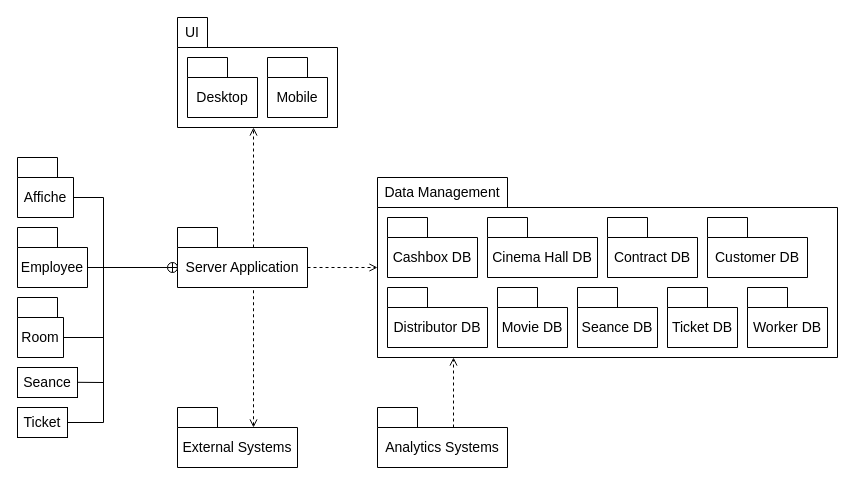
Before: Диаграмма_пакетов.drawio in ANDaniell/-design-practice, a draw.io diagram. Source tidied: cells renumbered, new cells numbered last; positions are measured from the earlier drawing's top-left corner, leaving out a move shared by most shapes. Both pictures are drawn from the tidied source at 100%, with x=0, y=0 at pixel (17, 17).
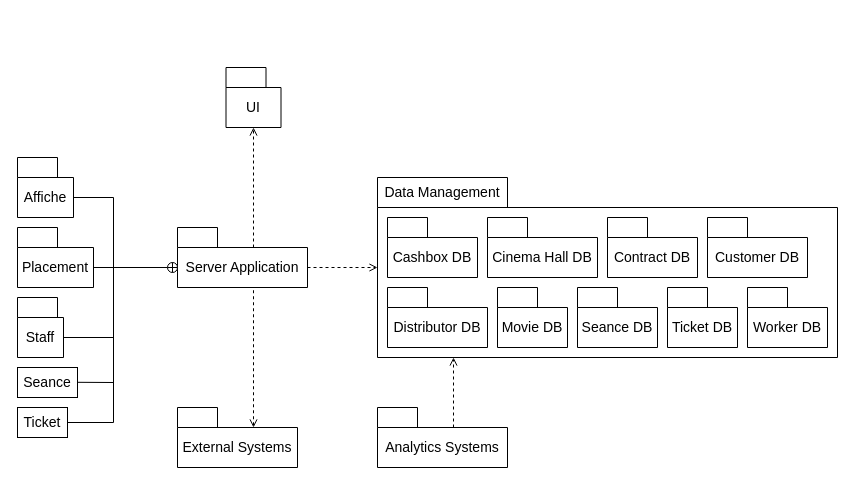
Above is the later version.

The change refers to these unchanged cells:
```xml
<mxCell id="46" style="verticalLabelPosition=bottom;verticalAlign=top;html=1;shape=mxgraph.flowchart.summing_function;" parent="1" vertex="1">
  <mxGeometry x="150" y="245" width="10" height="10" as="geometry" />
</mxCell>
```

Diff of the diagram source:
```diff
@@
-    <mxCell id="2" style="shape=folder;fontStyle=1;spacingTop=10;tabWidth=30;tabHeight=30;tabPosition=left;html=1;whiteSpace=wrap;labelPosition=center;verticalLabelPosition=middle;align=center;verticalAlign=middle;" parent="1" vertex="1">
-      <mxGeometry x="160" width="160" height="110" as="geometry" />
+    <mxCell id="2" style="shape=folder;fontStyle=1;spacingTop=10;tabWidth=40;tabHeight=20;tabPosition=left;html=1;whiteSpace=wrap;labelPosition=center;verticalLabelPosition=middle;align=center;verticalAlign=middle;" parent="1" vertex="1">
+      <mxGeometry x="208.5" y="50" width="55" height="60" as="geometry" />
     </mxCell>
     <mxCell id="3" value="UI&#10;" style="text;strokeColor=none;fillColor=none;align=center;verticalAlign=top;spacingLeft=4;spacingRight=4;overflow=hidden;fontSize=14;fontStyle=0;horizontal=1;" parent="1" vertex="1">
-      <mxGeometry x="160" width="30" height="30" as="geometry" />
+      <mxGeometry x="208.5" y="75" width="55" height="25" as="geometry" />
     </mxCell>
-    <mxCell id="4" style="shape=folder;fontStyle=1;spacingTop=10;tabWidth=40;tabHeight=20;tabPosition=left;html=1;whiteSpace=wrap;labelPosition=center;verticalLabelPosition=middle;align=center;verticalAlign=middle;" parent="1" vertex="1">
-      <mxGeometry x="170" y="40" width="70" height="60" as="geometry" />
-    </mxCell>
-    <mxCell id="5" value="Desktop" style="text;strokeColor=none;fillColor=none;align=center;verticalAlign=top;spacingLeft=4;spacingRight=4;overflow=hidden;fontSize=14;fontStyle=0;horizontal=1;" parent="1" vertex="1">
-      <mxGeometry x="170" y="65" width="70" height="25" as="geometry" />
-    </mxCell>
-    <mxCell id="6" style="shape=folder;fontStyle=1;spacingTop=10;tabWidth=40;tabHeight=20;tabPosition=left;html=1;whiteSpace=wrap;labelPosition=center;verticalLabelPosition=middle;align=center;verticalAlign=middle;" parent="1" vertex="1">
-      <mxGeometry x="250" y="40" width="60" height="60" as="geometry" />
-    </mxCell>
-    <mxCell id="7" value="Mobile" style="text;strokeColor=none;fillColor=none;align=center;verticalAlign=top;spacingLeft=4;spacingRight=4;overflow=hidden;fontSize=14;fontStyle=0;horizontal=1;" parent="1" vertex="1">
-      <mxGeometry x="250" y="65" width="60" height="25" as="geometry" />
-    </mxCell>
@@
     <mxCell id="18" style="shape=folder;fontStyle=1;spacingTop=10;tabWidth=40;tabHeight=20;tabPosition=left;html=1;whiteSpace=wrap;labelPosition=center;verticalLabelPosition=middle;align=center;verticalAlign=middle;" parent="1" vertex="1">
-      <mxGeometry y="280" width="46" height="60" as="geometry" />
+      <mxGeometry y="210" width="76" height="60" as="geometry" />
     </mxCell>
-    <mxCell id="19" value="Room" style="text;strokeColor=none;fillColor=none;align=center;verticalAlign=top;spacingLeft=4;spacingRight=4;overflow=hidden;fontSize=14;fontStyle=0;horizontal=1;" parent="1" vertex="1">
-      <mxGeometry y="305" width="46" height="25" as="geometry" />
+    <mxCell id="19" value="Placement" style="text;strokeColor=none;fillColor=none;align=center;verticalAlign=top;spacingLeft=4;spacingRight=4;overflow=hidden;fontSize=14;fontStyle=0;horizontal=1;" parent="1" vertex="1">
+      <mxGeometry y="235" width="76" height="25" as="geometry" />
     </mxCell>
@@
     <mxCell id="40" style="shape=folder;fontStyle=1;spacingTop=10;tabWidth=40;tabHeight=20;tabPosition=left;html=1;whiteSpace=wrap;labelPosition=center;verticalLabelPosition=middle;align=center;verticalAlign=middle;" parent="1" vertex="1">
-      <mxGeometry y="210" width="70" height="60" as="geometry" />
+      <mxGeometry y="280" width="46" height="60" as="geometry" />
     </mxCell>
-    <mxCell id="41" value="Employee" style="text;strokeColor=none;fillColor=none;align=center;verticalAlign=top;spacingLeft=4;spacingRight=4;overflow=hidden;fontSize=14;fontStyle=0;horizontal=1;" parent="1" vertex="1">
-      <mxGeometry y="235" width="70" height="25" as="geometry" />
+    <mxCell id="41" value="Staff" style="text;strokeColor=none;fillColor=none;align=center;verticalAlign=top;spacingLeft=4;spacingRight=4;overflow=hidden;fontSize=14;fontStyle=0;horizontal=1;" parent="1" vertex="1">
+      <mxGeometry y="305" width="46" height="25" as="geometry" />
     </mxCell>
@@
     <mxCell id="47" style="endArrow=none;html=1;rounded=0;exitX=0;exitY=0.5;exitDx=0;exitDy=0;exitPerimeter=0;" parent="1" edge="1" source="46">
       <mxGeometry relative="1" as="geometry">
-        <mxPoint x="70" y="250" as="targetPoint" />
+        <mxPoint x="76" y="250" as="targetPoint" />
       </mxGeometry>
     </mxCell>
     <mxCell id="48" style="endArrow=none;html=1;rounded=0;" parent="1" edge="1">
       <mxGeometry relative="1" as="geometry">
-        <mxPoint x="86" y="405" as="sourcePoint" />
-        <mxPoint x="86" y="180" as="targetPoint" />
+        <mxPoint x="96" y="405" as="sourcePoint" />
+        <mxPoint x="96" y="180" as="targetPoint" />
       </mxGeometry>
     </mxCell>
     <mxCell id="49" style="endArrow=none;html=1;rounded=0;" parent="1" edge="1">
       <mxGeometry relative="1" as="geometry">
         <mxPoint x="56" y="180" as="sourcePoint" />
-        <mxPoint x="86" y="180" as="targetPoint" />
+        <mxPoint x="96" y="180" as="targetPoint" />
       </mxGeometry>
     </mxCell>
     <mxCell id="50" style="endArrow=none;html=1;rounded=0;" parent="1" edge="1">
       <mxGeometry relative="1" as="geometry">
-        <mxPoint x="86" y="320" as="sourcePoint" />
+        <mxPoint x="96" y="320" as="sourcePoint" />
         <mxPoint x="46" y="320" as="targetPoint" />
       </mxGeometry>
     </mxCell>
     <mxCell id="51" style="endArrow=none;html=1;rounded=0;" parent="1" edge="1">
       <mxGeometry relative="1" as="geometry">
-        <mxPoint x="86" y="365" as="sourcePoint" />
+        <mxPoint x="96" y="365" as="sourcePoint" />
         <mxPoint x="60" y="364.8" as="targetPoint" />
       </mxGeometry>
     </mxCell>
     <mxCell id="52" style="endArrow=none;html=1;rounded=0;" parent="1" edge="1">
       <mxGeometry relative="1" as="geometry">
-        <mxPoint x="86" y="405" as="sourcePoint" />
+        <mxPoint x="96" y="405" as="sourcePoint" />
         <mxPoint x="50" y="405" as="targetPoint" />
       </mxGeometry>
     </mxCell>
```
